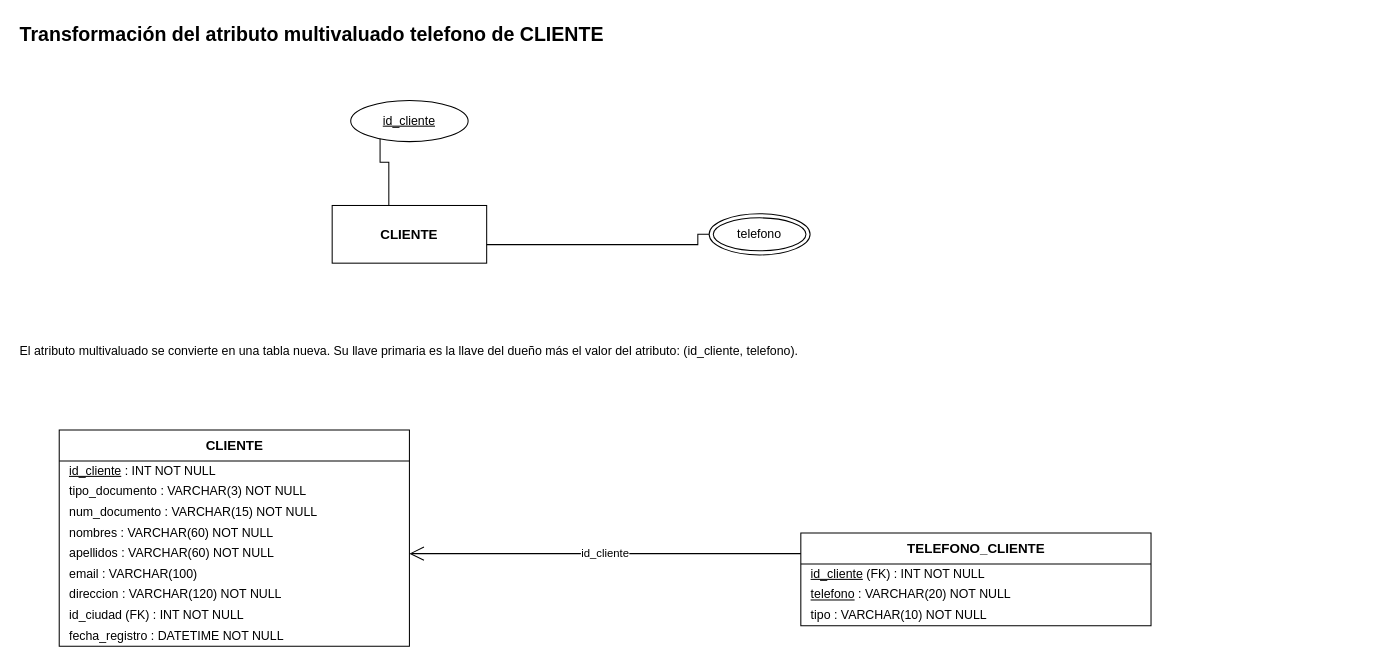
Estarlan/proyecto-bd1-sigevet keeps this draw.io diagram as documentos/fase1/diagramas_drawio/05_Transformacion_Multivaluado_CLIENTE.drawio. Above is the earlier version. Source tidied: cells renumbered, new cells numbered last; positions are measured from the earlier drawing's top-left corner, leaving out a move shared by most shapes. Both pictures are drawn from the tidied source at 103%, with x=0, y=0 at pixel (18, 18).
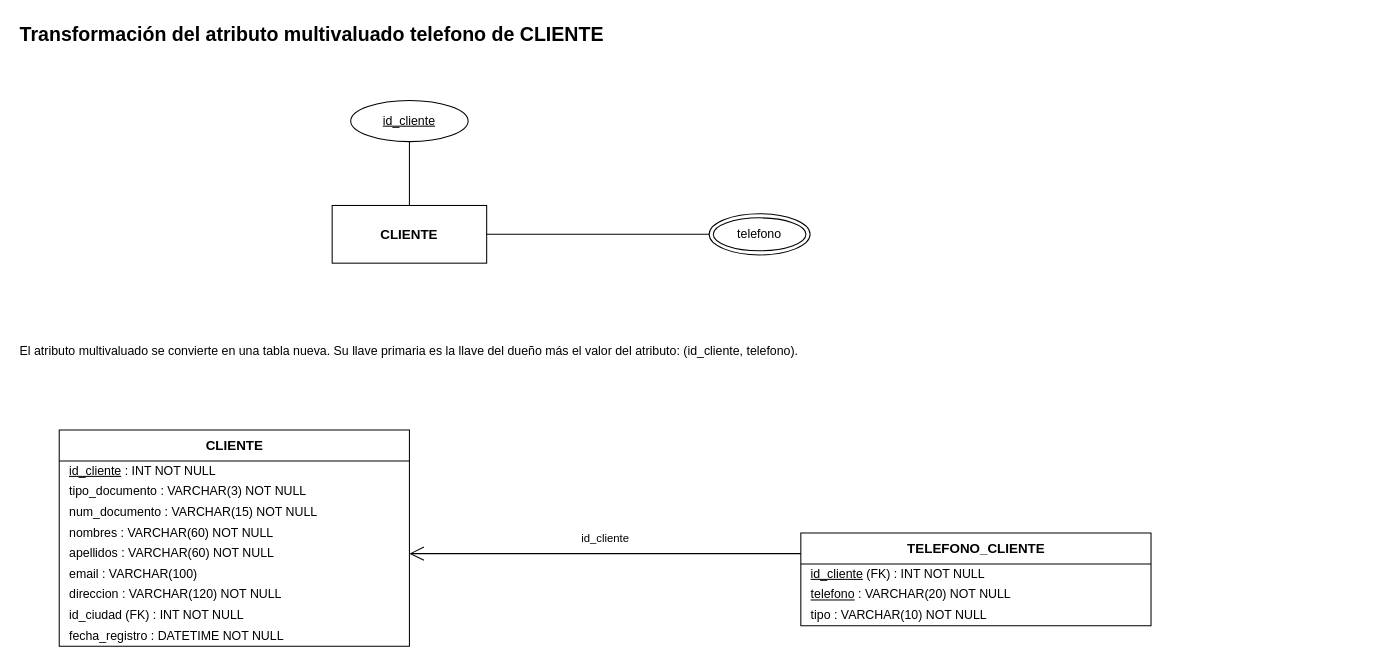
Above is the later version.

Unchanged cells that the change refers to:
```xml
<mxCell id="3" value="CLIENTE" style="rounded=0;whiteSpace=wrap;html=1;fillColor=none;fontSize=13;fontStyle=1;" parent="1" vertex="1">
  <mxGeometry x="305" y="182" width="150" height="56" as="geometry" />
</mxCell>
<mxCell id="4" value="&lt;u&gt;id_cliente&lt;/u&gt;" style="ellipse;whiteSpace=wrap;html=1;fillColor=none;fontSize=12;" parent="1" vertex="1">
  <mxGeometry x="323" y="80" width="114" height="40" as="geometry" />
</mxCell>
<mxCell id="6" value="telefono" style="ellipse;shape=doubleEllipse;whiteSpace=wrap;html=1;fillColor=none;fontSize=12;" parent="1" vertex="1">
  <mxGeometry x="671" y="190" width="98" height="40" as="geometry" />
</mxCell>
<mxCell id="9" value="CLIENTE" style="swimlane;fontStyle=1;horizontal=1;startSize=30;html=1;fillColor=none;swimlaneFillColor=none;fontSize=13;" parent="1" vertex="1">
  <mxGeometry x="40" y="400" width="340" height="210" as="geometry" />
</mxCell>
<mxCell id="19" value="TELEFONO_CLIENTE" style="swimlane;fontStyle=1;horizontal=1;startSize=30;html=1;fillColor=none;swimlaneFillColor=none;fontSize=13;" parent="1" vertex="1">
  <mxGeometry x="760" y="500" width="340" height="90" as="geometry" />
</mxCell>
```

Change to the diagram source:
```diff
@@
-    <mxCell id="5" style="html=1;endArrow=none;fontSize=12;labelBackgroundColor=default;jumpStyle=gap;jumpSize=8;edgeStyle=none;rounded=0;exitX=0.36666667;exitY=0.00000000;exitPerimeter=0;entryX=0.25000000;entryY=0.93301270;entryPerimeter=0;" parent="1" edge="1" source="3" target="4">
+    <mxCell id="5" style="html=1;endArrow=none;fontSize=12;labelBackgroundColor=default;jumpStyle=gap;jumpSize=8;edgeStyle=none;rounded=0;exitX=0.36666667;exitY=0.00000000;exitPerimeter=0;entryX=0.25000000;entryY=0.93301270;entryPerimeter=0;exitX=0.50000000;exitY=0.00000000;exitPerimeter=0;entryX=0.50000000;entryY=1.00000000;entryPerimeter=0;" parent="1" edge="1" source="3" target="4">
       <mxGeometry relative="1" as="geometry">
         <Array as="points">
-          <mxPoint x="360" y="160" />
-          <mxPoint x="360" y="140" />
-          <mxPoint x="351.5" y="140" />
+          <mxPoint x="380" y="182" />
+          <mxPoint x="380" y="120" />
         </Array>
       </mxGeometry>
     </mxCell>
@@
-    <mxCell id="7" style="html=1;endArrow=none;fontSize=12;labelBackgroundColor=default;jumpStyle=gap;jumpSize=8;edgeStyle=none;rounded=0;exitX=1.00000000;exitY=0.67857143;exitPerimeter=0;entryX=0.00000000;entryY=0.50000000;entryPerimeter=0;" parent="1" edge="1" source="3" target="6">
+    <mxCell id="7" style="html=1;endArrow=none;fontSize=12;labelBackgroundColor=default;jumpStyle=gap;jumpSize=8;edgeStyle=none;rounded=0;exitX=1.00000000;exitY=0.67857143;exitPerimeter=0;entryX=0.00000000;entryY=0.50000000;entryPerimeter=0;exitX=1.00000000;exitY=0.50000000;exitPerimeter=0;entryX=0.00000000;entryY=0.50000000;entryPerimeter=0;" parent="1" edge="1" source="3" target="6">
       <mxGeometry relative="1" as="geometry">
         <Array as="points">
-          <mxPoint x="480" y="220" />
-          <mxPoint x="660" y="220" />
-          <mxPoint x="660" y="210" />
+          <mxPoint x="455" y="210" />
+          <mxPoint x="671" y="210" />
         </Array>
       </mxGeometry>
     </mxCell>
@@
-    <mxCell id="23" value="id_cliente" style="html=1;endArrow=none;fontSize=12;labelBackgroundColor=default;endArrow=open;endFill=0;endSize=12;fontSize=11;jumpStyle=gap;jumpSize=8;edgeStyle=none;rounded=0;exitX=0.00000000;exitY=0.22222222;exitPerimeter=0;entryX=1.00000000;entryY=0.57142857;entryPerimeter=0;" parent="1" edge="1" source="19" target="9">
+    <mxCell id="23" value="id_cliente" style="html=1;endArrow=none;fontSize=12;labelBackgroundColor=default;endArrow=open;endFill=0;endSize=12;fontSize=11;jumpStyle=gap;jumpSize=8;edgeStyle=none;rounded=0;exitX=0.00000000;exitY=0.22222222;exitPerimeter=0;entryX=1.00000000;entryY=0.57142857;entryPerimeter=0;exitX=0.00000000;exitY=0.22222222;exitPerimeter=0;entryX=1.00000000;entryY=0.57142857;entryPerimeter=0;" parent="1" edge="1" source="19" target="9">
       <mxGeometry relative="1" as="geometry">
         <Array as="points">
-          <mxPoint x="740" y="520" />
-          <mxPoint x="400" y="520" />
+          <mxPoint x="760" y="520" />
+          <mxPoint x="380" y="520" />
         </Array>
+        <mxPoint y="-15.1" as="offset" />
       </mxGeometry>
     </mxCell>
```
